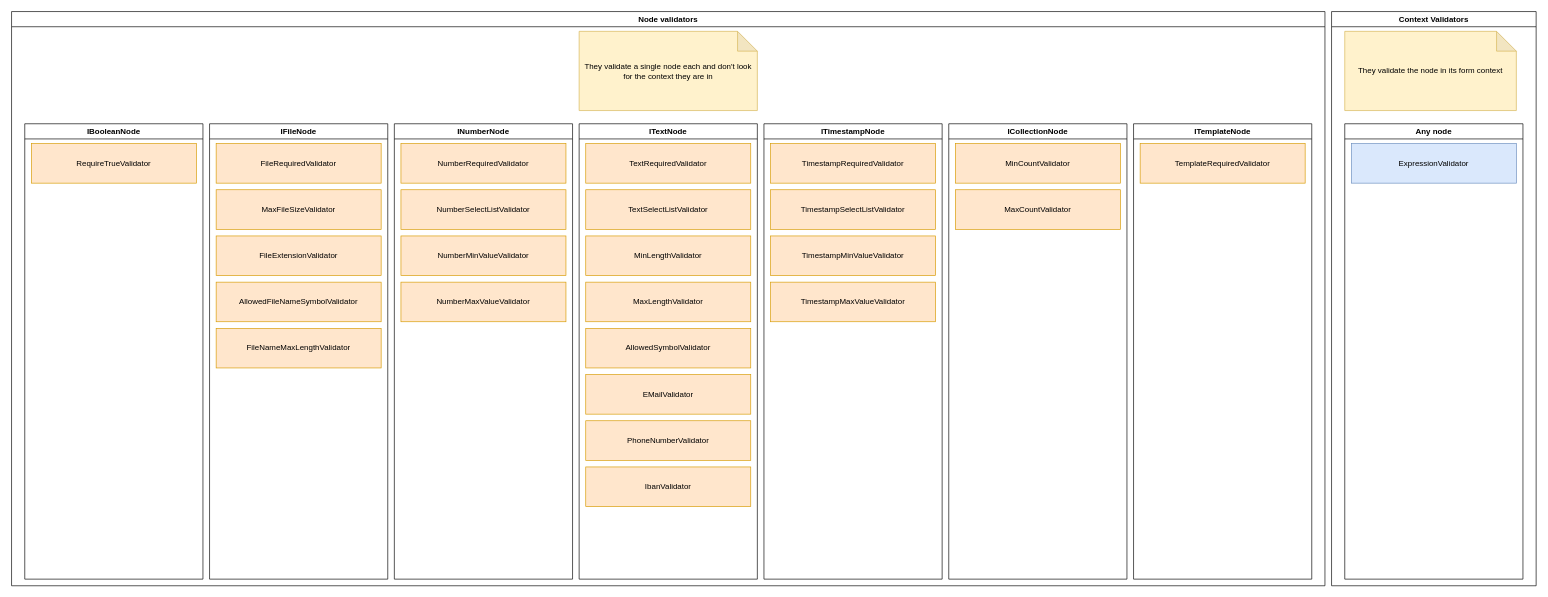
Before: doc/forms-concept/validators.drawio in RGXStorm281/common, a draw.io diagram. Source tidied: cells renumbered, new cells numbered last; positions are measured from the earlier drawing's top-left corner, leaving out a move shared by most shapes. Both pictures are drawn from the tidied source at 66%, with x=0, y=0 at pixel (11, 11).
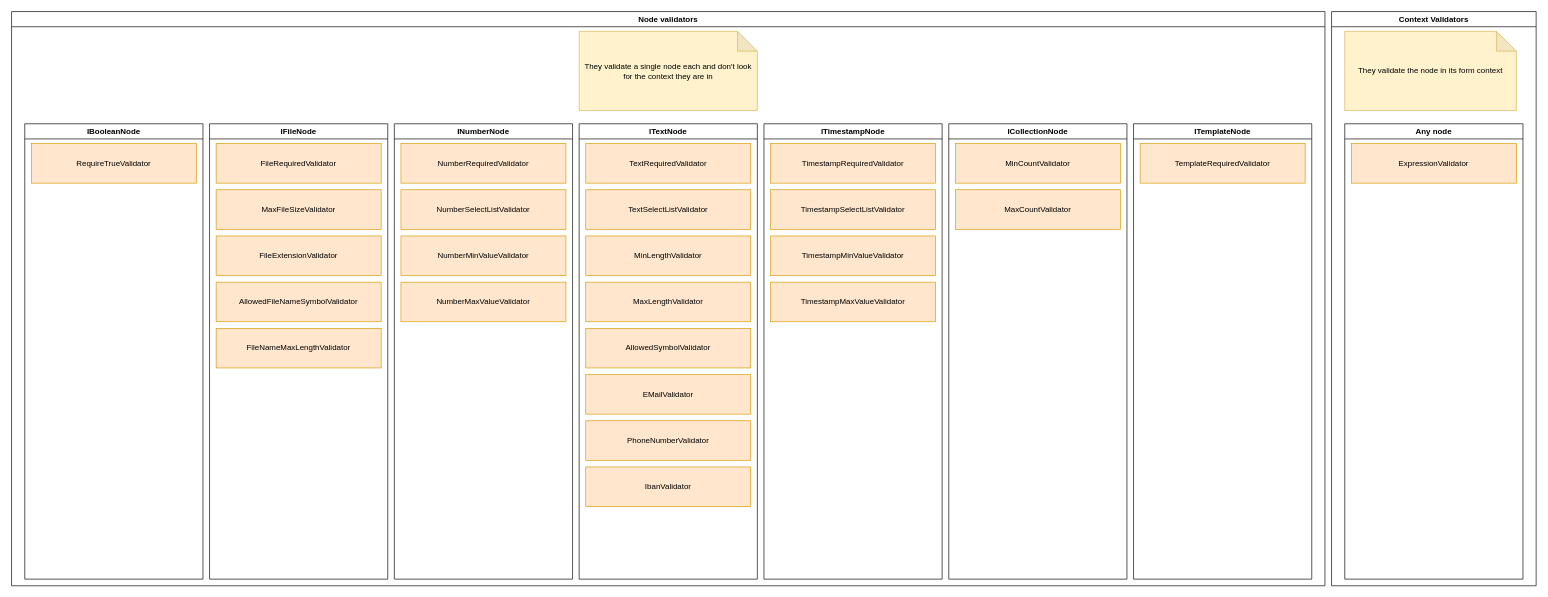
After the change.

The change refers to these unchanged cells:
```xml
<mxCell id="38" value="Any node" style="swimlane;whiteSpace=wrap;html=1;" parent="36" vertex="1">
  <mxGeometry x="20" y="170" width="270" height="690" as="geometry" />
</mxCell>
```

Change to the diagram source:
```diff
@@
-    <mxCell id="39" value="ExpressionValidator" style="rounded=0;whiteSpace=wrap;html=1;fillColor=#dae8fc;strokeColor=#6c8ebf;" parent="38" vertex="1">
+    <mxCell id="39" value="ExpressionValidator" style="rounded=0;whiteSpace=wrap;html=1;fillColor=#ffe6cc;strokeColor=#d79b00;" parent="38" vertex="1">
       <mxGeometry x="10" y="30" width="250" height="60" as="geometry" />
     </mxCell>
```
